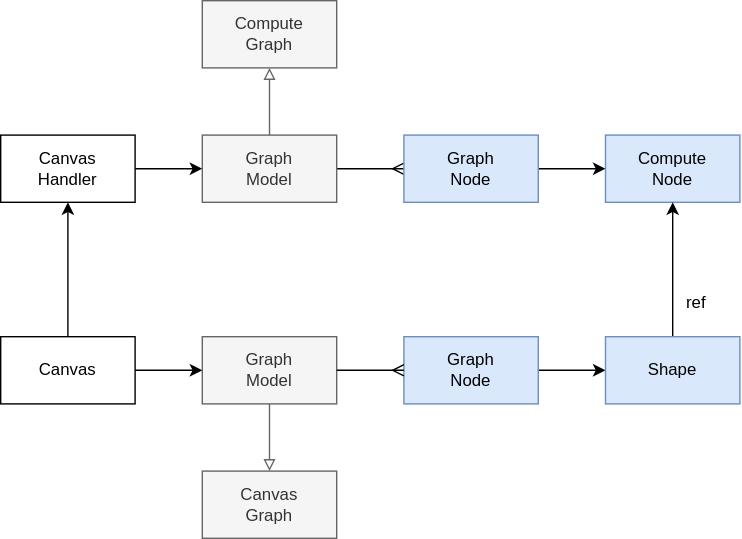
This is packages/plugins/experimental/plugin-canvas/src/compute/compute.drawio.svg from dxos/dxos, a draw.io export, as it was before one commit. Source tidied: cells renumbered, new cells last; positions are measured from the earlier drawing's top-left corner, leaving out a move shared by most shapes.
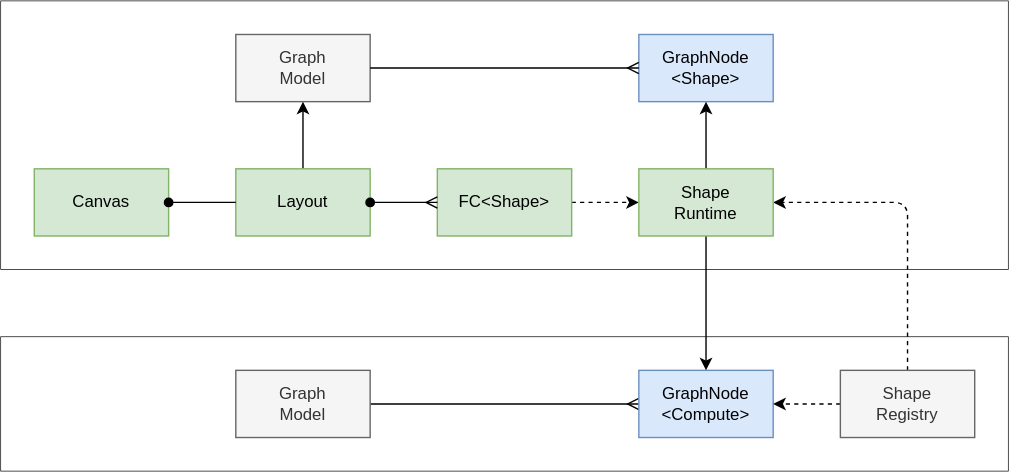
Above is the later version.

The edit, as a diff of the source:
```diff
@@ -2,68 +2,74 @@
   <root>
     <mxCell id="0" />
     <mxCell id="1" parent="0" />
-    <mxCell id="2" value="Compute&lt;br&gt;Graph" style="rounded=0;whiteSpace=wrap;html=1;fillColor=#f5f5f5;fontColor=#333333;strokeColor=#666666;" parent="1" vertex="1">
-      <mxGeometry x="144" width="96" height="48" as="geometry" />
-    </mxCell>
-    <mxCell id="3" value="Compute&lt;br&gt;Node" style="rounded=0;whiteSpace=wrap;html=1;fillColor=#dae8fc;strokeColor=#6c8ebf;" parent="1" vertex="1">
-      <mxGeometry x="432" y="96" width="96" height="48" as="geometry" />
-    </mxCell>
+    <mxCell id="23" style="rounded=0;whiteSpace=wrap;html=1;strokeWidth=0.5;" parent="1" vertex="1">
+      <mxGeometry x="-72" y="360" width="720" height="96" as="geometry" />
+    </mxCell>
+    <mxCell id="24" style="rounded=0;whiteSpace=wrap;html=1;strokeWidth=0.5;" parent="1" vertex="1">
+      <mxGeometry x="-72" y="120" width="720" height="192" as="geometry" />
+    </mxCell>
-    <mxCell id="4" style="edgeStyle=none;html=1;exitX=1;exitY=0.5;exitDx=0;exitDy=0;endArrow=ERmany;endFill=0;" parent="1" edge="1" source="6" target="8">
+    <mxCell id="4" style="edgeStyle=none;html=1;exitX=1;exitY=0.5;exitDx=0;exitDy=0;startArrow=none;startFill=0;endArrow=ERmany;endFill=0;" parent="1" edge="1" source="6" target="8">
       <mxGeometry relative="1" as="geometry" />
     </mxCell>
-    <mxCell id="5" style="edgeStyle=none;html=1;exitX=0.5;exitY=0;exitDx=0;exitDy=0;endArrow=block;endFill=0;fillColor=#f5f5f5;strokeColor=#666666;" parent="1" edge="1" source="6" target="2">
-      <mxGeometry relative="1" as="geometry" />
-    </mxCell>
-    <mxCell id="6" value="Graph&lt;br&gt;Model" style="rounded=0;whiteSpace=wrap;html=1;fillColor=#f5f5f5;fontColor=#333333;strokeColor=#666666;" parent="1" vertex="1">
-      <mxGeometry x="144" y="96" width="96" height="48" as="geometry" />
+    <mxCell id="6" value="Graph&lt;br&gt;Model" style="rounded=0;whiteSpace=wrap;html=1;fillColor=#f5f5f5;strokeColor=#666666;fontColor=#333333;" parent="1" vertex="1">
+      <mxGeometry x="96" y="384" width="96" height="48" as="geometry" />
     </mxCell>
-    <mxCell id="7" style="edgeStyle=none;html=1;endArrow=classic;endFill=1;" parent="1" edge="1" source="8" target="3">
-      <mxGeometry relative="1" as="geometry" />
-    </mxCell>
-    <mxCell id="8" value="Graph&lt;br&gt;Node" style="rounded=0;whiteSpace=wrap;html=1;fillColor=#dae8fc;strokeColor=#6c8ebf;" parent="1" vertex="1">
-      <mxGeometry x="288" y="96" width="96" height="48" as="geometry" />
+    <mxCell id="8" value="GraphNode&lt;br&gt;&amp;lt;Compute&amp;gt;" style="rounded=0;whiteSpace=wrap;html=1;fillColor=#dae8fc;strokeColor=#6c8ebf;" parent="1" vertex="1">
+      <mxGeometry x="384" y="384" width="96" height="48" as="geometry" />
     </mxCell>
-    <mxCell id="9" style="edgeStyle=none;html=1;exitX=0.5;exitY=1;exitDx=0;exitDy=0;endArrow=block;endFill=0;fillColor=#f5f5f5;strokeColor=#666666;" parent="1" edge="1" source="10" target="14">
-      <mxGeometry relative="1" as="geometry" />
-    </mxCell>
     <mxCell id="10" value="Graph&lt;br&gt;Model" style="rounded=0;whiteSpace=wrap;html=1;fillColor=#f5f5f5;fontColor=#333333;strokeColor=#666666;" parent="1" vertex="1">
-      <mxGeometry x="144" y="240" width="96" height="48" as="geometry" />
+      <mxGeometry x="96" y="144" width="96" height="48" as="geometry" />
     </mxCell>
-    <mxCell id="11" style="edgeStyle=none;html=1;endArrow=classic;endFill=1;" parent="1" edge="1" source="12" target="16">
-      <mxGeometry relative="1" as="geometry" />
-    </mxCell>
-    <mxCell id="12" value="Graph&lt;br&gt;Node" style="rounded=0;whiteSpace=wrap;html=1;fillColor=#dae8fc;strokeColor=#6c8ebf;" parent="1" vertex="1">
-      <mxGeometry x="288" y="240" width="96" height="48" as="geometry" />
+    <mxCell id="12" value="GraphNode&lt;br&gt;&amp;lt;Shape&amp;gt;" style="rounded=0;whiteSpace=wrap;html=1;fillColor=#dae8fc;strokeColor=#6c8ebf;" parent="1" vertex="1">
+      <mxGeometry x="384" y="144" width="96" height="48" as="geometry" />
     </mxCell>
     <mxCell id="13" style="edgeStyle=none;html=1;endArrow=ERmany;endFill=0;" parent="1" edge="1" source="10" target="12">
       <mxGeometry relative="1" as="geometry" />
     </mxCell>
-    <mxCell id="14" value="Canvas&lt;br&gt;Graph" style="rounded=0;whiteSpace=wrap;html=1;fillColor=#f5f5f5;fontColor=#333333;strokeColor=#666666;" parent="1" vertex="1">
-      <mxGeometry x="144" y="336" width="96" height="48" as="geometry" />
-    </mxCell>
-    <mxCell id="15" style="edgeStyle=none;html=1;exitX=0.5;exitY=0;exitDx=0;exitDy=0;endArrow=classic;endFill=1;" parent="1" edge="1" source="16" target="3">
-      <mxGeometry relative="1" as="geometry" />
-    </mxCell>
-    <mxCell id="16" value="Shape" style="rounded=0;whiteSpace=wrap;html=1;fillColor=#dae8fc;strokeColor=#6c8ebf;" parent="1" vertex="1">
-      <mxGeometry x="432" y="240" width="96" height="48" as="geometry" />
-    </mxCell>
-    <mxCell id="17" value="ref" style="text;html=1;strokeColor=none;fillColor=none;align=left;verticalAlign=middle;whiteSpace=wrap;rounded=0;spacingLeft=8;spacingRight=8;" parent="1" vertex="1">
-      <mxGeometry x="480" y="192" width="48" height="48" as="geometry" />
-    </mxCell>
-    <mxCell id="18" style="edgeStyle=none;html=1;exitX=1;exitY=0.5;exitDx=0;exitDy=0;endArrow=classic;endFill=1;" parent="1" edge="1" source="20" target="10">
+    <mxCell id="18" style="edgeStyle=none;html=1;endArrow=classic;endFill=1;" parent="1" edge="1" source="31" target="10">
       <mxGeometry relative="1" as="geometry" />
     </mxCell>
-    <mxCell id="19" style="edgeStyle=none;html=1;exitX=0.5;exitY=0;exitDx=0;exitDy=0;endArrow=classic;endFill=1;" parent="1" edge="1" source="20" target="22">
-      <mxGeometry relative="1" as="geometry" />
-    </mxCell>
-    <mxCell id="20" value="Canvas" style="rounded=0;whiteSpace=wrap;html=1;" parent="1" vertex="1">
-      <mxGeometry y="240" width="96" height="48" as="geometry" />
+    <mxCell id="20" value="Canvas" style="rounded=0;whiteSpace=wrap;html=1;fillColor=#d5e8d4;strokeColor=#82b366;" parent="1" vertex="1">
+      <mxGeometry x="-48" y="240" width="96" height="48" as="geometry" />
     </mxCell>
+    <mxCell id="25" style="edgeStyle=none;html=1;" parent="1" edge="1" source="34" target="12">
+      <mxGeometry relative="1" as="geometry" />
+    </mxCell>
+    <mxCell id="26" style="edgeStyle=none;html=1;startArrow=none;startFill=0;endArrow=classic;endFill=1;" parent="1" edge="1" source="34" target="8">
+      <mxGeometry relative="1" as="geometry" />
+    </mxCell>
+    <mxCell id="27" style="edgeStyle=none;html=1;exitX=1;exitY=0.5;exitDx=0;exitDy=0;dashed=1;startArrow=none;startFill=0;endArrow=classic;endFill=1;" parent="1" edge="1" source="21" target="34">
+      <mxGeometry relative="1" as="geometry" />
+    </mxCell>
-    <mxCell id="21" style="edgeStyle=none;html=1;exitX=1;exitY=0.5;exitDx=0;exitDy=0;endArrow=classic;endFill=1;" parent="1" edge="1" source="22" target="6">
-      <mxGeometry relative="1" as="geometry" />
+    <mxCell id="21" value="FC&amp;lt;Shape&amp;gt;" style="rounded=0;whiteSpace=wrap;html=1;fillColor=#d5e8d4;strokeColor=#82b366;" parent="1" vertex="1">
+      <mxGeometry x="240" y="240" width="96" height="48" as="geometry" />
     </mxCell>
-    <mxCell id="22" value="Canvas&lt;br&gt;Handler" style="rounded=0;whiteSpace=wrap;html=1;" parent="1" vertex="1">
-      <mxGeometry y="96" width="96" height="48" as="geometry" />
-    </mxCell>
+    <mxCell id="28" style="edgeStyle=none;html=1;dashed=1;" parent="1" edge="1" source="30" target="34">
+      <mxGeometry relative="1" as="geometry">
+        <Array as="points">
+          <mxPoint x="576" y="264" />
+        </Array>
+      </mxGeometry>
+    </mxCell>
+    <mxCell id="29" style="edgeStyle=none;html=1;exitX=0;exitY=0.5;exitDx=0;exitDy=0;startArrow=none;startFill=0;endArrow=classic;endFill=1;dashed=1;" parent="1" edge="1" source="30">
+      <mxGeometry relative="1" as="geometry">
+        <mxPoint x="480" y="408" as="targetPoint" />
+      </mxGeometry>
+    </mxCell>
+    <mxCell id="30" value="Shape&lt;br&gt;Registry" style="rounded=0;whiteSpace=wrap;html=1;fillColor=#f5f5f5;fontColor=#333333;strokeColor=#666666;" parent="1" vertex="1">
+      <mxGeometry x="528" y="384" width="96" height="48" as="geometry" />
+    </mxCell>
+    <mxCell id="31" value="Layout" style="rounded=0;whiteSpace=wrap;html=1;fillColor=#d5e8d4;strokeColor=#82b366;" parent="1" vertex="1">
+      <mxGeometry x="96" y="240" width="96" height="48" as="geometry" />
+    </mxCell>
+    <mxCell id="32" style="edgeStyle=none;html=1;exitX=1;exitY=0.5;exitDx=0;exitDy=0;startArrow=oval;startFill=1;endArrow=ERmany;endFill=0;" parent="1" edge="1" source="31" target="21">
+      <mxGeometry relative="1" as="geometry" />
+    </mxCell>
+    <mxCell id="33" style="edgeStyle=none;html=1;exitX=1;exitY=0.5;exitDx=0;exitDy=0;entryX=0;entryY=0.5;entryDx=0;entryDy=0;startArrow=oval;startFill=1;endArrow=none;endFill=0;" parent="1" edge="1" source="20" target="31">
+      <mxGeometry relative="1" as="geometry" />
+    </mxCell>
+    <mxCell id="34" value="Shape&lt;br&gt;Runtime" style="rounded=0;whiteSpace=wrap;html=1;fillColor=#d5e8d4;strokeColor=#82b366;" parent="1" vertex="1">
+      <mxGeometry x="384" y="240" width="96" height="48" as="geometry" />
+    </mxCell>
   </root>
 </mxGraphModel>
```
